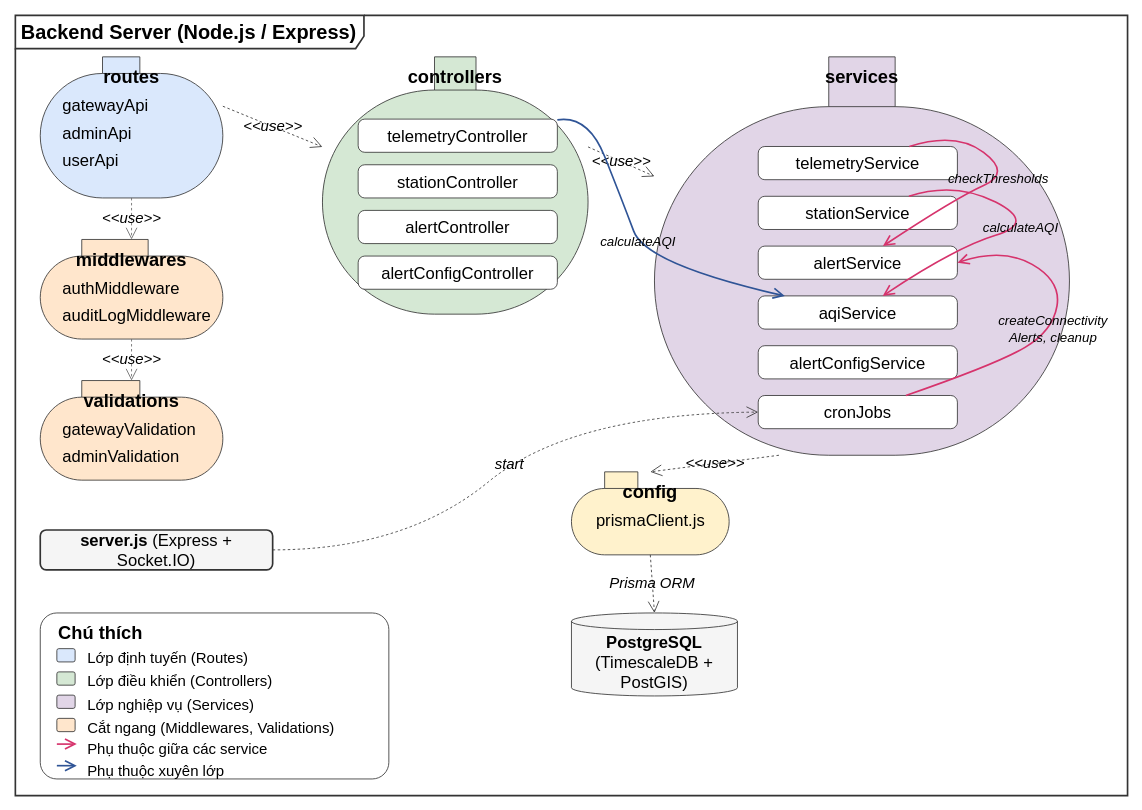
Above: docs/drawio/module_backend_services.drawio in Ductham95/datn (draw.io), before the change. Source tidied: cells renumbered, new cells numbered last; positions are measured from the earlier drawing's top-left corner, leaving out a move shared by most shapes. Both pictures are drawn from the tidied source at 83%, with x=0, y=0 at pixel (15, 15).
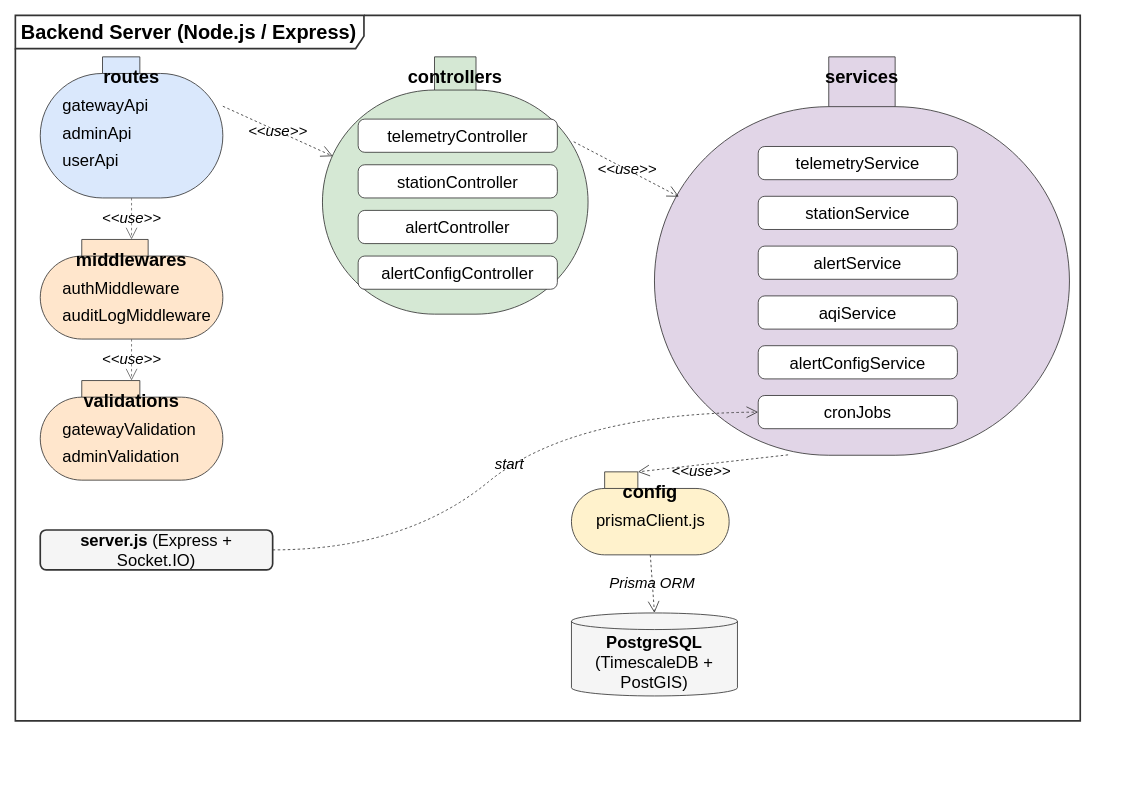
Above is the later version.

Unchanged cells that the change refers to:
```xml
<mxCell id="3" value="&lt;b&gt;routes&lt;/b&gt;" style="shape=folder;tabWidth=120;tabHeight=20;tabPosition=left;html=1;whiteSpace=wrap;fontSize=22;fontFamily=Arial;fillColor=#DAE8FC;strokeColor=#333333;verticalAlign=top;spacingTop=5;rounded=1;arcSize=5;labelBackgroundColor=none;" parent="1" vertex="1">
  <mxGeometry x="30" y="50" width="220" height="170" as="geometry" />
</mxCell>
<mxCell id="13" value="&lt;b&gt;controllers&lt;/b&gt;" style="shape=folder;tabWidth=270;tabHeight=40;tabPosition=left;html=1;whiteSpace=wrap;fontSize=22;fontFamily=Arial;fillColor=#D5E8D4;strokeColor=#333333;verticalAlign=top;spacingTop=5;rounded=1;arcSize=5;labelBackgroundColor=none;" parent="1" vertex="1">
  <mxGeometry x="370" y="50" width="320" height="310" as="geometry" />
</mxCell>
<mxCell id="14" value="telemetryController" style="rounded=1;whiteSpace=wrap;html=1;fontSize=20;fontFamily=Arial;fillColor=#FFFFFF;strokeColor=#333333;arcSize=20;labelBackgroundColor=none;" parent="1" vertex="1">
  <mxGeometry x="413" y="125" width="240" height="40" as="geometry" />
</mxCell>
<mxCell id="18" value="&lt;b&gt;services&lt;/b&gt;" style="shape=folder;tabWidth=310;tabHeight=60;tabPosition=left;html=1;whiteSpace=wrap;fontSize=22;fontFamily=Arial;fillColor=#E1D5E7;strokeColor=#333333;verticalAlign=top;spacingTop=5;rounded=1;arcSize=5;labelBackgroundColor=none;" parent="1" vertex="1">
  <mxGeometry x="770" y="50" width="500" height="480" as="geometry" />
</mxCell>
<mxCell id="19" value="telemetryService" style="rounded=1;whiteSpace=wrap;html=1;fontSize=20;fontFamily=Arial;fillColor=#FFFFFF;strokeColor=#333333;arcSize=20;labelBackgroundColor=none;" parent="1" vertex="1">
  <mxGeometry x="895" y="158" width="240" height="40" as="geometry" />
</mxCell>
<mxCell id="20" value="stationService" style="rounded=1;whiteSpace=wrap;html=1;fontSize=20;fontFamily=Arial;fillColor=#FFFFFF;strokeColor=#333333;arcSize=20;labelBackgroundColor=none;" parent="1" vertex="1">
  <mxGeometry x="895" y="218" width="240" height="40" as="geometry" />
</mxCell>
<mxCell id="21" value="alertService" style="rounded=1;whiteSpace=wrap;html=1;fontSize=20;fontFamily=Arial;fillColor=#FFFFFF;strokeColor=#333333;arcSize=20;labelBackgroundColor=none;" parent="1" vertex="1">
  <mxGeometry x="895" y="278" width="240" height="40" as="geometry" />
</mxCell>
<mxCell id="22" value="aqiService" style="rounded=1;whiteSpace=wrap;html=1;fontSize=20;fontFamily=Arial;fillColor=#FFFFFF;strokeColor=#333333;arcSize=20;labelBackgroundColor=none;" parent="1" vertex="1">
  <mxGeometry x="895" y="338" width="240" height="40" as="geometry" />
</mxCell>
<mxCell id="24" value="cronJobs" style="rounded=1;whiteSpace=wrap;html=1;fontSize=20;fontFamily=Arial;fillColor=#FFFFFF;strokeColor=#333333;arcSize=20;labelBackgroundColor=none;" parent="1" vertex="1">
  <mxGeometry x="895" y="458" width="240" height="40" as="geometry" />
</mxCell>
<mxCell id="25" value="&lt;b&gt;config&lt;/b&gt;" style="shape=folder;tabWidth=80;tabHeight=20;tabPosition=left;html=1;whiteSpace=wrap;fontSize=22;fontFamily=Arial;fillColor=#FFF2CC;strokeColor=#333333;verticalAlign=top;spacingTop=5;rounded=1;arcSize=5;labelBackgroundColor=none;" parent="1" vertex="1">
  <mxGeometry x="670" y="550" width="190" height="100" as="geometry" />
</mxCell>
```

What changed in the source:
```diff
@@
     <mxCell id="2" value="Backend Server (Node.js / Express)" style="shape=umlFrame;whiteSpace=wrap;html=1;width=420;height=40;boundedLbl=1;verticalAlign=top;align=left;spacingLeft=5;fontSize=24;fontStyle=1;fontFamily=Arial;fillColor=none;strokeColor=#333333;strokeWidth=2;labelBackgroundColor=none;" parent="1" vertex="1">
-      <mxGeometry width="1340" height="940" as="geometry" />
+      <mxGeometry width="1283" height="850" as="geometry" />
     </mxCell>
@@
-    <mxCell id="29" value="&lt;i&gt;&amp;lt;&amp;lt;use&amp;gt;&amp;gt;&lt;/i&gt;" style="endArrow=open;endSize=12;dashed=1;html=1;fontSize=18;fontFamily=Arial;strokeColor=#333333;exitX=1;exitY=0.35;exitDx=0;exitDy=0;entryX=0;entryY=0.35;entryDx=0;entryDy=0;labelBackgroundColor=none;" parent="1" edge="1" source="3" target="13">
+    <mxCell id="29" value="&lt;i&gt;&amp;lt;&amp;lt;use&amp;gt;&amp;gt;&lt;/i&gt;" style="endArrow=open;endSize=12;dashed=1;html=1;fontSize=18;fontFamily=Arial;strokeColor=#333333;exitX=1;exitY=0.35;exitDx=0;exitDy=0;entryX=0.039;entryY=0.386;entryDx=0;entryDy=0;labelBackgroundColor=none;entryPerimeter=0;" parent="1" edge="1" source="3" target="13">
       <mxGeometry relative="1" as="geometry" />
     </mxCell>
-    <mxCell id="30" value="&lt;i&gt;&amp;lt;&amp;lt;use&amp;gt;&amp;gt;&lt;/i&gt;" style="endArrow=open;endSize=12;dashed=1;html=1;fontSize=18;fontFamily=Arial;strokeColor=#333333;exitX=1;exitY=0.35;exitDx=0;exitDy=0;entryX=0;entryY=0.3;entryDx=0;entryDy=0;labelBackgroundColor=none;" parent="1" edge="1" source="13" target="18">
+    <mxCell id="30" value="&lt;i&gt;&amp;lt;&amp;lt;use&amp;gt;&amp;gt;&lt;/i&gt;" style="endArrow=open;endSize=12;dashed=1;html=1;fontSize=18;fontFamily=Arial;strokeColor=#333333;exitX=0.946;exitY=0.33;exitDx=0;exitDy=0;entryX=0.059;entryY=0.351;entryDx=0;entryDy=0;labelBackgroundColor=none;entryPerimeter=0;exitPerimeter=0;" parent="1" edge="1" source="13" target="18">
       <mxGeometry relative="1" as="geometry" />
     </mxCell>
-    <mxCell id="31" value="&lt;i&gt;&amp;lt;&amp;lt;use&amp;gt;&amp;gt;&lt;/i&gt;" style="endArrow=open;endSize=12;dashed=1;html=1;fontSize=18;fontFamily=Arial;strokeColor=#333333;exitX=0.3;exitY=1;exitDx=0;exitDy=0;entryX=0.5;entryY=0;entryDx=0;entryDy=0;labelBackgroundColor=none;" parent="1" edge="1" source="18" target="25">
-      <mxGeometry relative="1" as="geometry" />
+    <mxCell id="31" value="&lt;i&gt;&amp;lt;&amp;lt;use&amp;gt;&amp;gt;&lt;/i&gt;" style="endArrow=open;endSize=12;dashed=1;html=1;fontSize=18;fontFamily=Arial;strokeColor=#333333;exitX=0.322;exitY=0.999;exitDx=0;exitDy=0;entryX=0;entryY=0;entryDx=80;entryDy=0;labelBackgroundColor=none;entryPerimeter=0;exitPerimeter=0;" parent="1" edge="1" source="18" target="25">
+      <mxGeometry x="0.17" y="8" relative="1" as="geometry" />
     </mxCell>
@@
-    <mxCell id="36" value="&lt;i&gt;checkThresholds&lt;/i&gt;" style="endArrow=open;endSize=10;html=1;fontSize=16;fontFamily=Arial;strokeColor=#D6336C;strokeWidth=2;curved=1;labelBackgroundColor=none;" parent="1" edge="1" source="19" target="21">
-      <mxGeometry relative="1" as="geometry">
-        <Array as="points">
-          <mxPoint x="1133" y="140" />
-          <mxPoint x="1200" y="190" />
-          <mxPoint x="1133" y="220" />
-        </Array>
-      </mxGeometry>
-    </mxCell>
-    <mxCell id="37" value="&lt;i&gt;calculateAQI&lt;/i&gt;" style="endArrow=open;endSize=10;html=1;fontSize=16;fontFamily=Arial;strokeColor=#D6336C;strokeWidth=2;curved=1;labelBackgroundColor=none;" parent="1" edge="1" source="20" target="22">
-      <mxGeometry relative="1" as="geometry">
-        <Array as="points">
-          <mxPoint x="1132" y="200" />
-          <mxPoint x="1230" y="250" />
-          <mxPoint x="1132" y="280" />
-        </Array>
-      </mxGeometry>
-    </mxCell>
-    <mxCell id="38" value="&lt;i&gt;calculateAQI&lt;/i&gt;" style="endArrow=open;endSize=10;html=1;fontSize=16;fontFamily=Arial;strokeColor=#2F5496;strokeWidth=2;curved=1;labelBackgroundColor=none;" parent="1" edge="1" source="14" target="22">
-      <mxGeometry relative="1" as="geometry">
-        <Array as="points">
-          <mxPoint x="690" y="120" />
-          <mxPoint x="730" y="220" />
-          <mxPoint x="760" y="300" />
-        </Array>
-      </mxGeometry>
-    </mxCell>
-    <mxCell id="39" value="&lt;i&gt;createConnectivity&lt;br&gt;Alerts, cleanup&lt;/i&gt;" style="endArrow=open;endSize=10;html=1;fontSize=16;fontFamily=Arial;strokeColor=#D6336C;strokeWidth=2;curved=1;entryX=1;entryY=0.5;entryDx=0;entryDy=0;labelBackgroundColor=none;" parent="1" edge="1" source="24" target="21">
-      <mxGeometry relative="1" as="geometry">
-        <Array as="points">
-          <mxPoint x="1183" y="420" />
-          <mxPoint x="1250" y="380" />
-          <mxPoint x="1260" y="320" />
-          <mxPoint x="1190" y="280" />
-        </Array>
-      </mxGeometry>
-    </mxCell>
-    <mxCell id="40" style="rounded=1;whiteSpace=wrap;html=1;fontSize=18;fontFamily=Arial;fillColor=#FFFFFF;strokeColor=#333333;arcSize=10;labelBackgroundColor=none;" parent="1" vertex="1">
-      <mxGeometry x="30" y="720" width="420" height="200" as="geometry" />
-    </mxCell>
-    <mxCell id="41" value="&lt;b&gt;Chú thích&lt;/b&gt;" style="text;html=1;fontSize=22;fontFamily=Arial;align=left;spacingLeft=10;fontStyle=1;labelBackgroundColor=none;" parent="1" vertex="1">
-      <mxGeometry x="40" y="725" width="200" height="30" as="geometry" />
-    </mxCell>
-    <mxCell id="42" style="rounded=1;whiteSpace=wrap;html=1;fillColor=#DAE8FC;strokeColor=#333333;labelBackgroundColor=none;" parent="1" vertex="1">
-      <mxGeometry x="50" y="763" width="22" height="16" as="geometry" />
-    </mxCell>
-    <mxCell id="43" value="Lớp định tuyến (Routes)" style="text;html=1;fontSize=18;fontFamily=Arial;align=left;spacingLeft=5;labelBackgroundColor=none;" parent="1" vertex="1">
-      <mxGeometry x="80" y="758" width="300" height="26" as="geometry" />
-    </mxCell>
-    <mxCell id="44" style="rounded=1;whiteSpace=wrap;html=1;fillColor=#D5E8D4;strokeColor=#333333;labelBackgroundColor=none;" parent="1" vertex="1">
-      <mxGeometry x="50" y="791" width="22" height="16" as="geometry" />
-    </mxCell>
-    <mxCell id="45" value="Lớp điều khiển (Controllers)" style="text;html=1;fontSize=18;fontFamily=Arial;align=left;spacingLeft=5;labelBackgroundColor=none;" parent="1" vertex="1">
-      <mxGeometry x="80" y="786" width="300" height="26" as="geometry" />
-    </mxCell>
-    <mxCell id="46" style="rounded=1;whiteSpace=wrap;html=1;fillColor=#E1D5E7;strokeColor=#333333;labelBackgroundColor=none;" parent="1" vertex="1">
-      <mxGeometry x="50" y="819" width="22" height="16" as="geometry" />
-    </mxCell>
-    <mxCell id="47" value="Lớp nghiệp vụ (Services)" style="text;html=1;fontSize=18;fontFamily=Arial;align=left;spacingLeft=5;labelBackgroundColor=none;" parent="1" vertex="1">
-      <mxGeometry x="80" y="814" width="300" height="26" as="geometry" />
-    </mxCell>
-    <mxCell id="48" style="rounded=1;whiteSpace=wrap;html=1;fillColor=#FFE6CC;strokeColor=#333333;labelBackgroundColor=none;" parent="1" vertex="1">
-      <mxGeometry x="50" y="847" width="22" height="16" as="geometry" />
-    </mxCell>
-    <mxCell id="49" value="Cắt ngang (Middlewares, Validations)" style="text;html=1;fontSize=18;fontFamily=Arial;align=left;spacingLeft=5;labelBackgroundColor=none;" parent="1" vertex="1">
-      <mxGeometry x="80" y="842" width="300" height="26" as="geometry" />
-    </mxCell>
-    <mxCell id="50" style="endArrow=open;endSize=10;html=1;strokeColor=#D6336C;strokeWidth=2;labelBackgroundColor=none;" parent="1" edge="1">
-      <mxGeometry relative="1" as="geometry">
-        <mxPoint x="50" y="878" as="sourcePoint" />
-        <mxPoint x="74" y="878" as="targetPoint" />
-      </mxGeometry>
-    </mxCell>
-    <mxCell id="51" value="Phụ thuộc giữa các service" style="text;html=1;fontSize=18;fontFamily=Arial;align=left;spacingLeft=5;labelBackgroundColor=none;" parent="1" vertex="1">
-      <mxGeometry x="80" y="868" width="300" height="26" as="geometry" />
-    </mxCell>
-    <mxCell id="52" style="endArrow=open;endSize=10;html=1;strokeColor=#2F5496;strokeWidth=2;labelBackgroundColor=none;" parent="1" edge="1">
-      <mxGeometry relative="1" as="geometry">
-        <mxPoint x="50" y="904" as="sourcePoint" />
-        <mxPoint x="74" y="904" as="targetPoint" />
-      </mxGeometry>
-    </mxCell>
-    <mxCell id="53" value="Phụ thuộc xuyên lớp" style="text;html=1;fontSize=18;fontFamily=Arial;align=left;spacingLeft=5;labelBackgroundColor=none;" parent="1" vertex="1">
-      <mxGeometry x="80" y="894" width="300" height="26" as="geometry" />
-    </mxCell>
```
